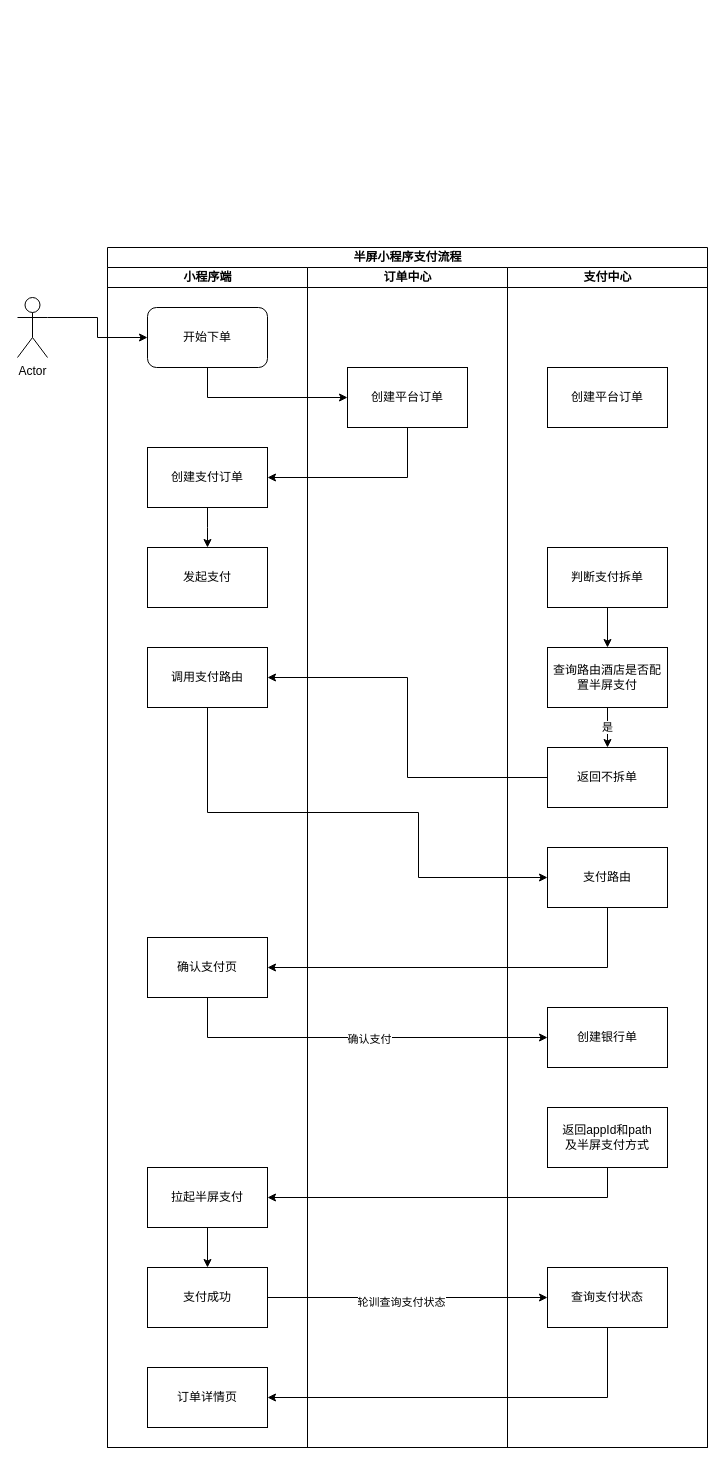
Before: 未命名绘图.drawio in guohuan0126/test, a draw.io diagram. Source tidied: cells renumbered, new cells numbered last; positions are measured from the earlier drawing's top-left corner, leaving out a move shared by most shapes. Both pictures are drawn from the tidied source at 100%, with x=0, y=0 at pixel (17, 247).
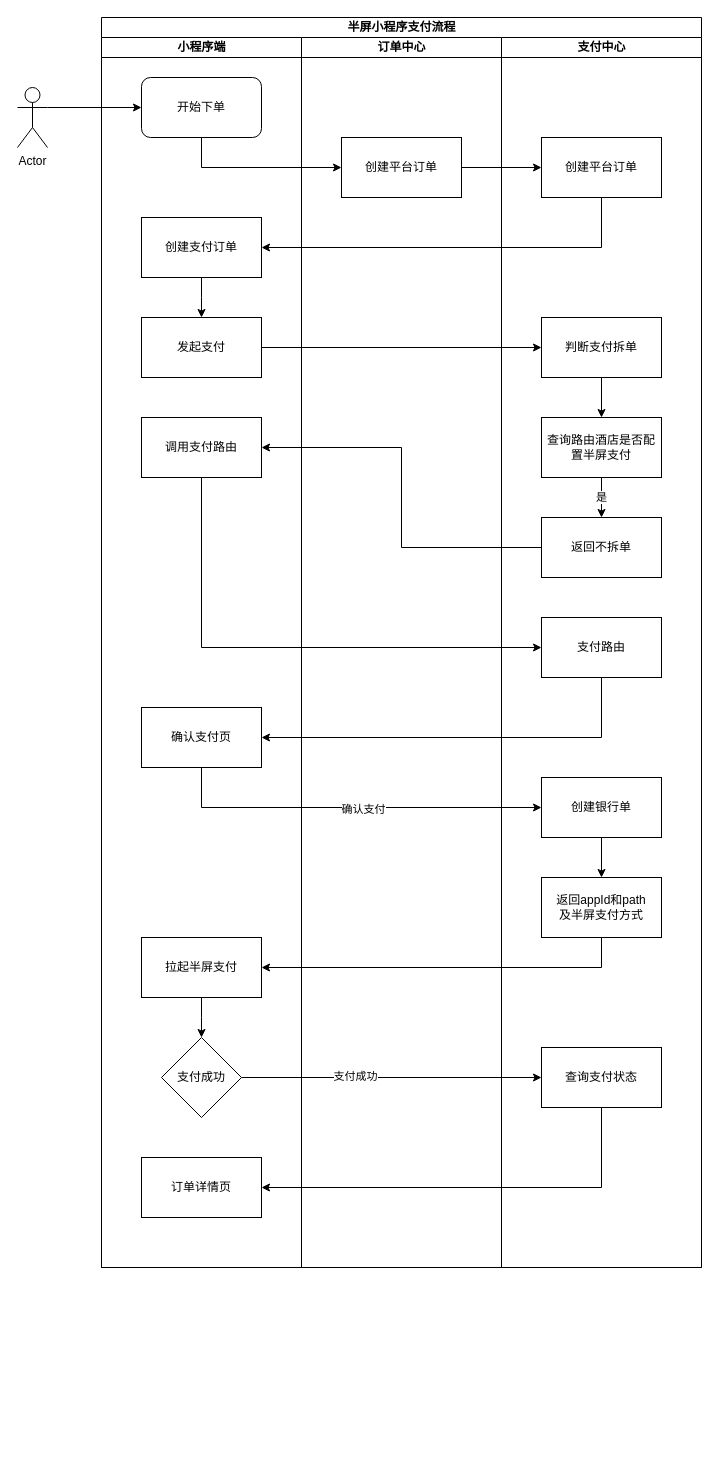
Above is the later version.

Commit message:
更新未命名绘图.drawio

The change refers to these unchanged cells:
```xml
<mxCell id="6" value="创建支付订单" style="rounded=0;whiteSpace=wrap;html=1;" parent="3" vertex="1">
  <mxGeometry x="40" y="180" width="120" height="60" as="geometry" />
</mxCell>
<mxCell id="7" value="发起支付" style="rounded=0;whiteSpace=wrap;html=1;" parent="3" vertex="1">
  <mxGeometry x="40" y="280" width="120" height="60" as="geometry" />
</mxCell>
<mxCell id="8" value="调用支付路由" style="rounded=0;whiteSpace=wrap;html=1;" parent="3" vertex="1">
  <mxGeometry x="40" y="380" width="120" height="60" as="geometry" />
</mxCell>
<mxCell id="11" value="拉起半屏支付" style="rounded=0;whiteSpace=wrap;html=1;" parent="3" vertex="1">
  <mxGeometry x="40" y="900" width="120" height="60" as="geometry" />
</mxCell>
<mxCell id="15" value="创建平台订单" style="rounded=0;whiteSpace=wrap;html=1;" parent="14" vertex="1">
  <mxGeometry x="40" y="100" width="120" height="60" as="geometry" />
</mxCell>
<mxCell id="17" value="创建平台订单" style="rounded=0;whiteSpace=wrap;html=1;" parent="16" vertex="1">
  <mxGeometry x="40" y="100" width="120" height="60" as="geometry" />
</mxCell>
<mxCell id="19" value="判断支付拆单" style="rounded=0;whiteSpace=wrap;html=1;" parent="16" vertex="1">
  <mxGeometry x="40" y="280" width="120" height="60" as="geometry" />
</mxCell>
<mxCell id="23" value="支付路由" style="rounded=0;whiteSpace=wrap;html=1;" parent="16" vertex="1">
  <mxGeometry x="40" y="580" width="120" height="60" as="geometry" />
</mxCell>
<mxCell id="24" value="创建银行单" style="rounded=0;whiteSpace=wrap;html=1;" parent="16" vertex="1">
  <mxGeometry x="40" y="740" width="120" height="60" as="geometry" />
</mxCell>
<mxCell id="25" value="返回appId和path&lt;br&gt;及半屏支付方式" style="rounded=0;whiteSpace=wrap;html=1;" parent="16" vertex="1">
  <mxGeometry x="40" y="840" width="120" height="60" as="geometry" />
</mxCell>
```

What changed in the source:
```diff
@@
     <mxCell id="2" value="半屏小程序支付流程" style="swimlane;startSize=20;html=1;" parent="1" vertex="1">
-      <mxGeometry x="90" width="600" height="1200" as="geometry" />
+      <mxGeometry x="84" y="-230" width="600" height="1250" as="geometry" />
     </mxCell>
     <mxCell id="3" value="小程序端" style="swimlane;startSize=20;html=1;" parent="2" vertex="1">
-      <mxGeometry y="20" width="200" height="1180" as="geometry" />
+      <mxGeometry y="20" width="200" height="1230" as="geometry" />
     </mxCell>
@@
-    <mxCell id="10" style="edgeStyle=orthogonalEdgeStyle;rounded=0;jettySize=auto;html=1;exitX=0.5;exitY=1;exitDx=0;exitDy=0;entryX=0.5;entryY=0;entryDx=0;entryDy=0;" parent="3" edge="1" source="11" target="12">
-      <mxGeometry relative="1" as="geometry" />
+    <mxCell id="10" style="edgeStyle=orthogonalEdgeStyle;rounded=0;jettySize=auto;html=1;exitX=0.5;exitY=1;exitDx=0;exitDy=0;entryX=0.5;entryY=0;entryDx=0;entryDy=0;" parent="3" edge="1" source="11">
+      <mxGeometry relative="1" as="geometry">
+        <mxPoint x="100" y="1000" as="targetPoint" />
+      </mxGeometry>
     </mxCell>
@@
-    <mxCell id="12" value="支付成功" style="rounded=0;whiteSpace=wrap;html=1;" parent="3" vertex="1">
-      <mxGeometry x="40" y="1000" width="120" height="60" as="geometry" />
-    </mxCell>
     <mxCell id="13" value="订单详情页" style="rounded=0;whiteSpace=wrap;html=1;" parent="3" vertex="1">
-      <mxGeometry x="40" y="1100" width="120" height="60" as="geometry" />
+      <mxGeometry x="40" y="1120" width="120" height="60" as="geometry" />
     </mxCell>
+    <mxCell id="40" value="支付成功" style="rhombus;whiteSpace=wrap;html=1;" parent="3" vertex="1">
+      <mxGeometry x="60" y="1000" width="80" height="80" as="geometry" />
+    </mxCell>
     <mxCell id="14" value="订单中心" style="swimlane;startSize=20;html=1;" parent="2" vertex="1">
-      <mxGeometry x="200" y="20" width="200" height="1180" as="geometry" />
+      <mxGeometry x="200" y="20" width="200" height="1230" as="geometry" />
     </mxCell>
@@
     <mxCell id="16" value="支付中心" style="swimlane;startSize=20;html=1;" parent="2" vertex="1">
-      <mxGeometry x="400" y="20" width="200" height="1180" as="geometry" />
+      <mxGeometry x="400" y="20" width="200" height="1230" as="geometry" />
     </mxCell>
@@
+    <mxCell id="41" style="edgeStyle=orthogonalEdgeStyle;rounded=0;jettySize=auto;html=1;exitX=0.5;exitY=1;exitDx=0;exitDy=0;entryX=0.5;entryY=0;entryDx=0;entryDy=0;" parent="16" edge="1" source="24" target="25">
+      <mxGeometry relative="1" as="geometry" />
+    </mxCell>
@@
     <mxCell id="26" value="查询支付状态" style="rounded=0;whiteSpace=wrap;html=1;" parent="16" vertex="1">
-      <mxGeometry x="40" y="1000" width="120" height="60" as="geometry" />
+      <mxGeometry x="40" y="1010" width="120" height="60" as="geometry" />
     </mxCell>
@@
-    <mxCell id="28" style="edgeStyle=orthogonalEdgeStyle;rounded=0;jettySize=auto;html=1;exitX=0.5;exitY=1;exitDx=0;exitDy=0;entryX=1;entryY=0.5;entryDx=0;entryDy=0;" parent="2" edge="1" source="15" target="6">
-      <mxGeometry relative="1" as="geometry" />
-    </mxCell>
@@
-    <mxCell id="30" style="edgeStyle=orthogonalEdgeStyle;rounded=0;jettySize=auto;html=1;exitX=0.5;exitY=1;exitDx=0;exitDy=0;entryX=0;entryY=0.5;entryDx=0;entryDy=0;" parent="2" edge="1" source="8" target="23">
-      <mxGeometry relative="1" as="geometry">
-        <Array as="points">
-          <mxPoint x="100" y="565" />
-          <mxPoint x="311" y="565" />
-          <mxPoint x="311" y="630" />
-        </Array>
-      </mxGeometry>
-    </mxCell>
@@
-    <mxCell id="35" style="edgeStyle=orthogonalEdgeStyle;rounded=0;jettySize=auto;html=1;exitX=1;exitY=0.5;exitDx=0;exitDy=0;entryX=0;entryY=0.5;entryDx=0;entryDy=0;" parent="2" edge="1" source="12" target="26">
-      <mxGeometry relative="1" as="geometry" />
-    </mxCell>
-    <mxCell id="36" value="轮训查询支付状态" style="edgeLabel;html=1;align=center;verticalAlign=middle;" parent="35" vertex="1">
-      <mxGeometry x="-0.05" y="-4" relative="1" as="geometry" />
-    </mxCell>
@@
+    <mxCell id="42" style="edgeStyle=orthogonalEdgeStyle;rounded=0;jettySize=auto;html=1;exitX=1;exitY=0.5;exitDx=0;exitDy=0;entryX=0;entryY=0.5;entryDx=0;entryDy=0;" parent="2" edge="1" source="15" target="17">
+      <mxGeometry relative="1" as="geometry" />
+    </mxCell>
+    <mxCell id="43" style="edgeStyle=orthogonalEdgeStyle;rounded=0;jettySize=auto;html=1;exitX=0.5;exitY=1;exitDx=0;exitDy=0;entryX=1;entryY=0.5;entryDx=0;entryDy=0;" parent="2" edge="1" source="17" target="6">
+      <mxGeometry relative="1" as="geometry" />
+    </mxCell>
+    <mxCell id="44" style="edgeStyle=orthogonalEdgeStyle;rounded=0;jettySize=auto;html=1;exitX=1;exitY=0.5;exitDx=0;exitDy=0;entryX=0;entryY=0.5;entryDx=0;entryDy=0;" parent="2" edge="1" source="7" target="19">
+      <mxGeometry relative="1" as="geometry" />
+    </mxCell>
+    <mxCell id="30" style="edgeStyle=orthogonalEdgeStyle;rounded=0;jettySize=auto;html=1;exitX=0.5;exitY=1;exitDx=0;exitDy=0;entryX=0;entryY=0.5;entryDx=0;entryDy=0;" parent="2" edge="1" source="8" target="23">
+      <mxGeometry relative="1" as="geometry" />
+    </mxCell>
+    <mxCell id="45" style="edgeStyle=orthogonalEdgeStyle;rounded=0;jettySize=auto;html=1;exitX=1;exitY=0.5;exitDx=0;exitDy=0;entryX=0;entryY=0.5;entryDx=0;entryDy=0;" parent="2" edge="1" source="40" target="26">
+      <mxGeometry relative="1" as="geometry" />
+    </mxCell>
+    <mxCell id="46" value="支付成功" style="edgeLabel;html=1;align=center;verticalAlign=middle;" parent="45" vertex="1">
+      <mxGeometry x="-0.25" y="2" relative="1" as="geometry" />
+    </mxCell>
@@
     <mxCell id="39" value="Actor" style="shape=umlActor;verticalLabelPosition=bottom;verticalAlign=top;html=1;outlineConnect=0;" parent="1" vertex="1">
-      <mxGeometry y="50" width="30" height="60" as="geometry" />
+      <mxGeometry y="-160" width="30" height="60" as="geometry" />
     </mxCell>
```
